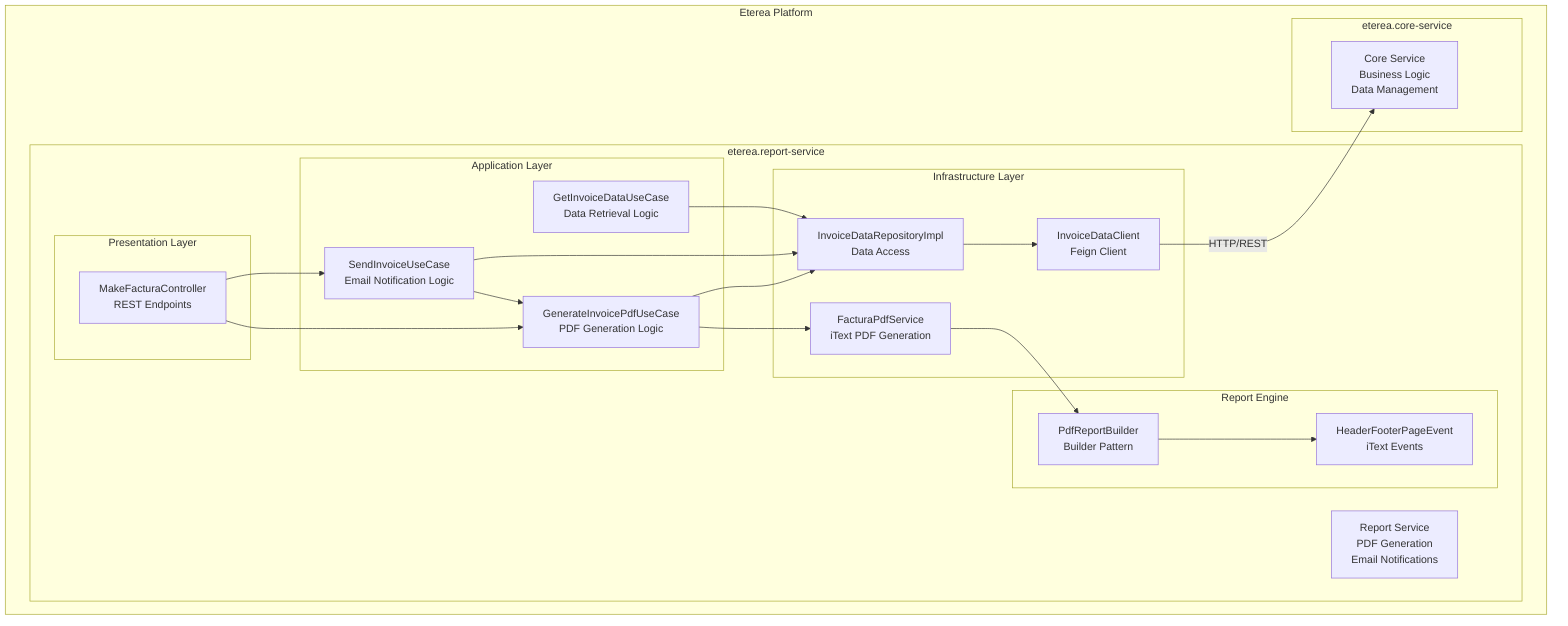
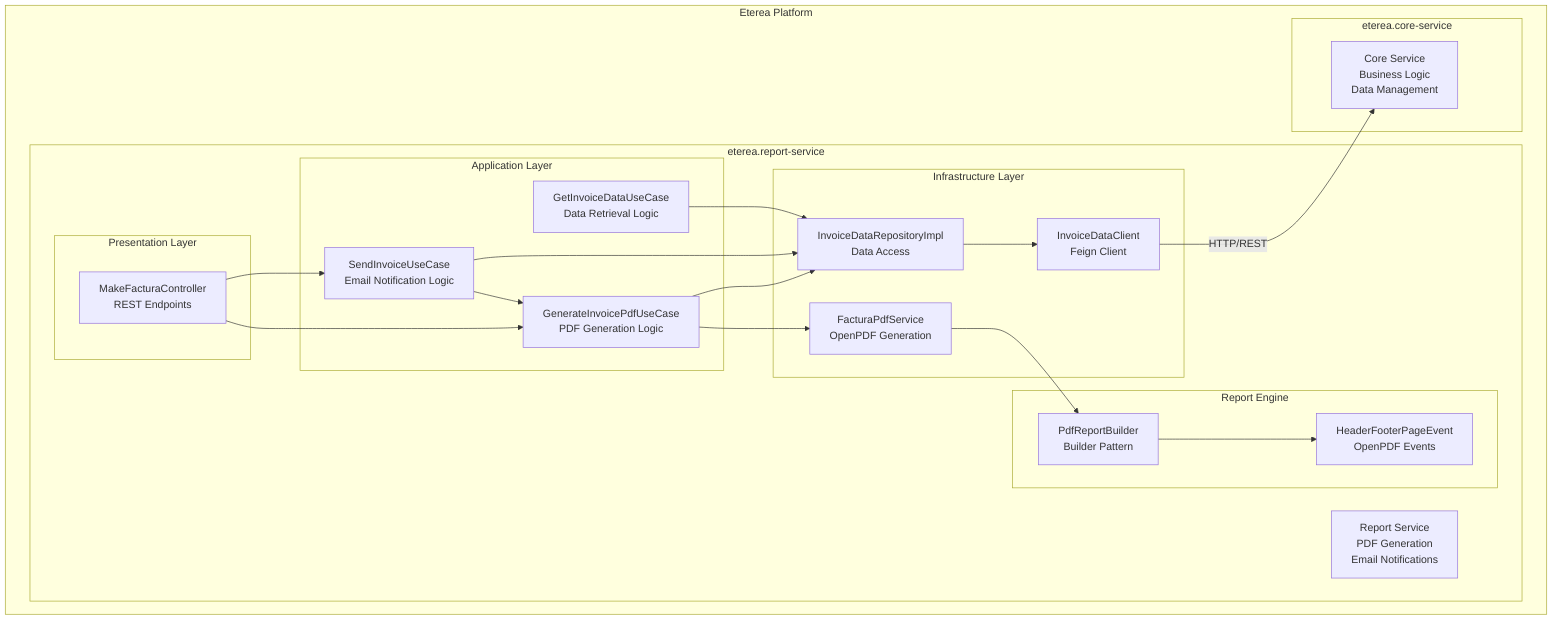
flowchart TD
    subgraph "Eterea Platform"
        subgraph "eterea.report-service"
            A[Report Service<br/>PDF Generation<br/>Email Notifications]

            subgraph "Presentation Layer"
                Controller[MakeFacturaController<br/>REST Endpoints]
            end

            subgraph "Application Layer"
                UseCase1[GenerateInvoicePdfUseCase<br/>PDF Generation Logic]
                UseCase2[SendInvoiceUseCase<br/>Email Notification Logic]
                UseCase3[GetInvoiceDataUseCase<br/>Data Retrieval Logic]
            end

            subgraph "Infrastructure Layer"
                Client[InvoiceDataClient<br/>Feign Client]
-                 PdfService[FacturaPdfService<br/>iText PDF Generation]
+                 PdfService[FacturaPdfService<br/>OpenPDF Generation]
                Repository[InvoiceDataRepositoryImpl<br/>Data Access]
            end

            subgraph "Report Engine"
                PdfBuilder[PdfReportBuilder<br/>Builder Pattern]
-                 PageEvents[HeaderFooterPageEvent<br/>iText Events]
+                 PageEvents[HeaderFooterPageEvent<br/>OpenPDF Events]
            end
        end

        subgraph "eterea.core-service"
            B[Core Service<br/>Business Logic<br/>Data Management]
        end

        Controller --> UseCase1
        Controller --> UseCase2
        UseCase1 --> Repository
        UseCase1 --> PdfService
        UseCase2 --> Repository
        UseCase2 --> UseCase1
        UseCase3 --> Repository
        Repository --> Client
        Client -- HTTP/REST --> B
        PdfService --> PdfBuilder
        PdfBuilder --> PageEvents
    end
